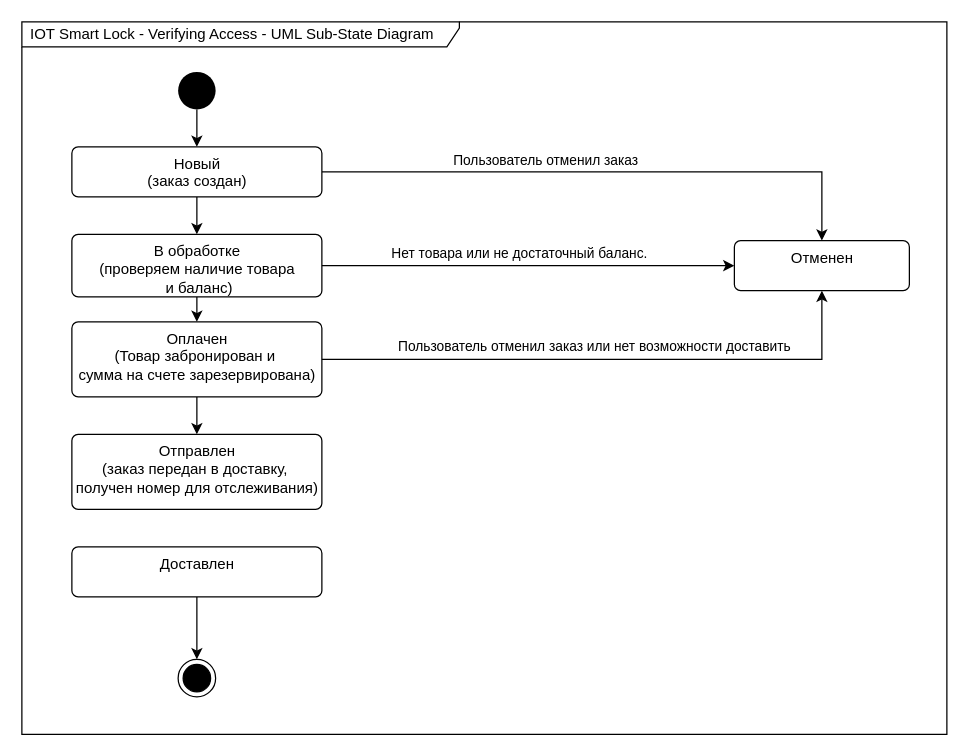
Before: page "Verifying Access" (1 of 2) of Docs/Order_state_diagram.drawio in Mr-Zhukoff/OTUS-SA, a draw.io diagram. Source tidied: cells renumbered, new cells numbered last; positions are measured from the earlier drawing's top-left corner, leaving out a move shared by most shapes. Both pictures are drawn from the tidied source at 125%, with x=0, y=0 at pixel (21, 21).
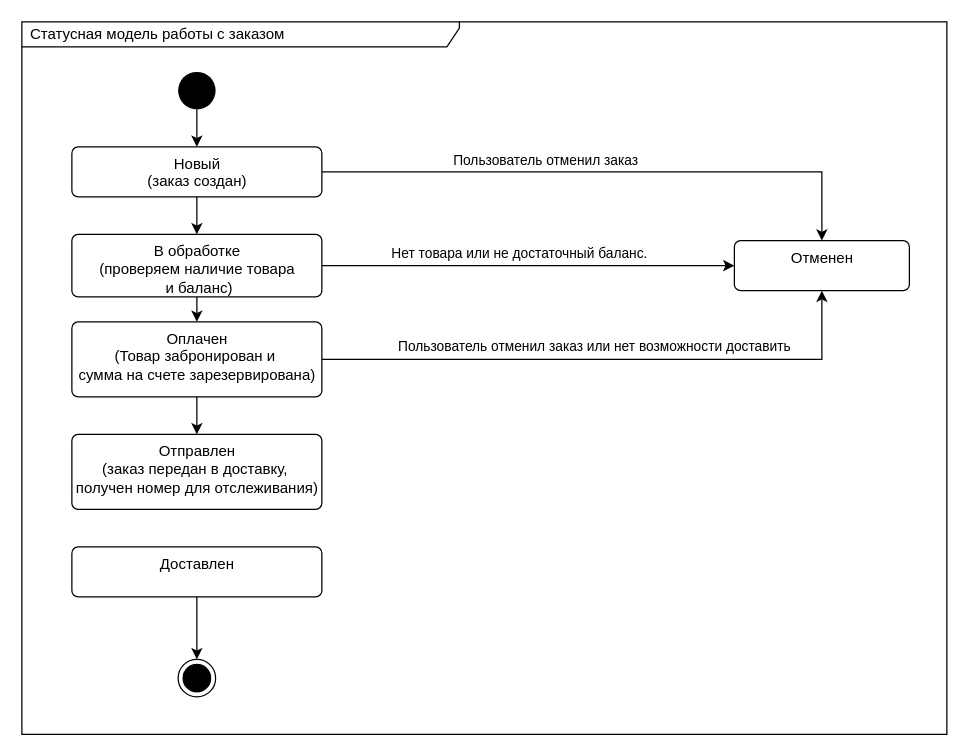
The same diagram, later.

Commit message (it also covers changes not shown here):
Вынес GetUserIdFromJwt в CoreLogic Поправил диаграммку

The edit, as a diff of the source:
```diff
@@
-    <mxCell id="2" value="IOT Smart Lock - Verifying Access - UML Sub-State Diagram" style="shape=umlFrame;whiteSpace=wrap;html=1;width=350;height=20;boundedLbl=1;verticalAlign=middle;align=left;spacingLeft=5;fontColor=#000000;fillColor=default;" parent="1" vertex="1">
+    <mxCell id="2" value="Статусная модель работы с заказом" style="shape=umlFrame;whiteSpace=wrap;html=1;width=350;height=20;boundedLbl=1;verticalAlign=middle;align=left;spacingLeft=5;fontColor=#000000;fillColor=default;" parent="1" vertex="1">
       <mxGeometry width="740" height="570" as="geometry" />
     </mxCell>
```
